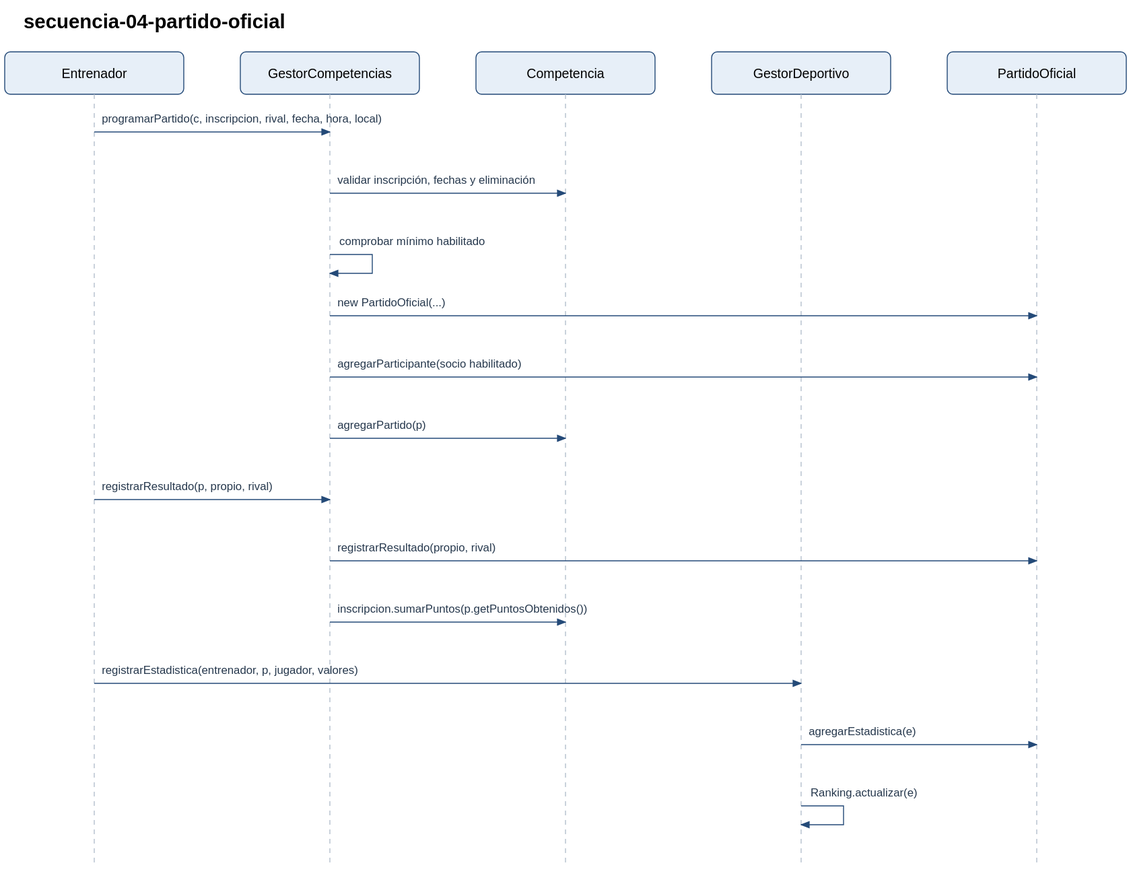
Earlier version of the PlantUML export Proyecto 1/Entrega 2/documentacion/diagramas/secuencia-04-partido-oficial.svg (scasta06/Proyecto-1). Its source is kept beside it as Proyecto 1/Entrega 2/documentacion/diagramas/secuencia-04-partido-oficial.puml.
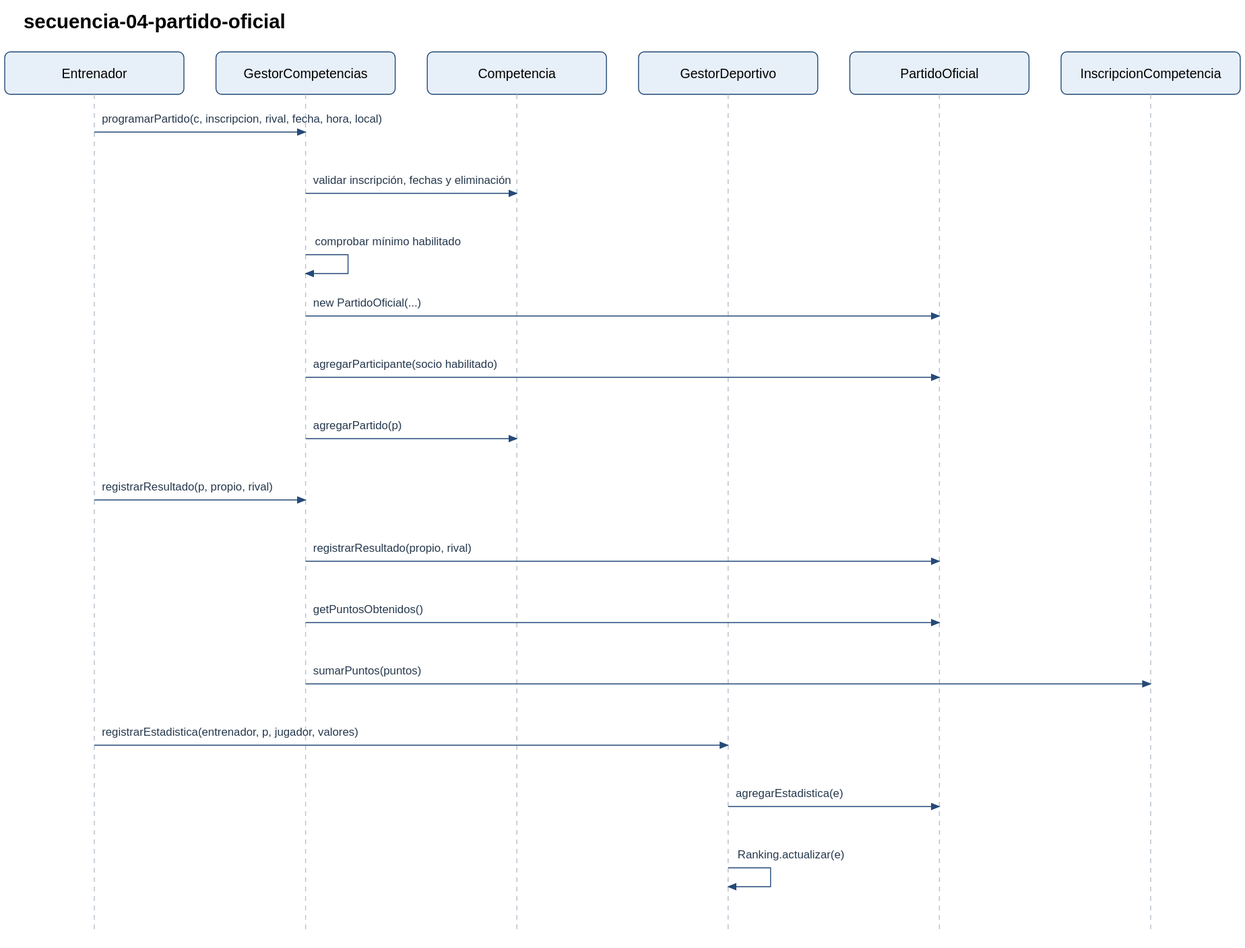
After the change.

The edit, as a diff of the source:
```diff
@@ -5,6 +5,7 @@
 participant Competencia as C
 participant GestorDeportivo as D
 participant PartidoOficial as P
+participant InscripcionCompetencia as I
 Entrenador -> G: programarPartido(c, inscripcion, rival, fecha, hora, local)
 G -> C: validar inscripción, fechas y eliminación
 G -> G: comprobar mínimo habilitado
@@ -14,7 +15,8 @@
 G -> C: agregarPartido(p)
 Entrenador -> G: registrarResultado(p, propio, rival)
 G -> P: registrarResultado(propio, rival)
-G -> C: inscripcion.sumarPuntos(p.getPuntosObtenidos())
+G -> P: getPuntosObtenidos()
+G -> I: sumarPuntos(puntos)
 Entrenador -> D: registrarEstadistica(entrenador, p, jugador, valores)
 D -> P: agregarEstadistica(e)
 D -> D: Ranking.actualizar(e)
```
